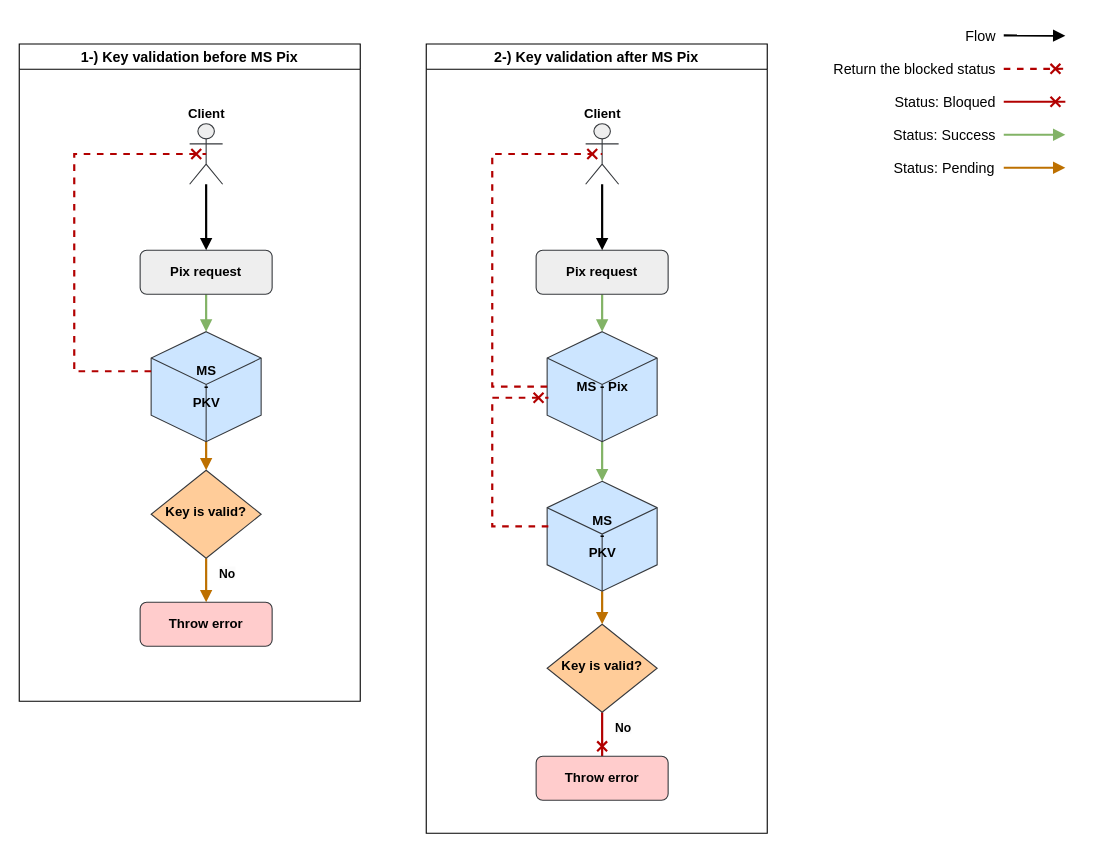
Above: [Integrations][RFC Pix] Erro - Chave inválida.drawio in LerianStudio/midaz-technical-diagrams (draw.io), before the change. Source tidied: cells renumbered, new cells numbered last; positions are measured from the earlier drawing's top-left corner, leaving out a move shared by most shapes. Both pictures are drawn from the tidied source at 110%, with x=0, y=0 at pixel (19, 19).
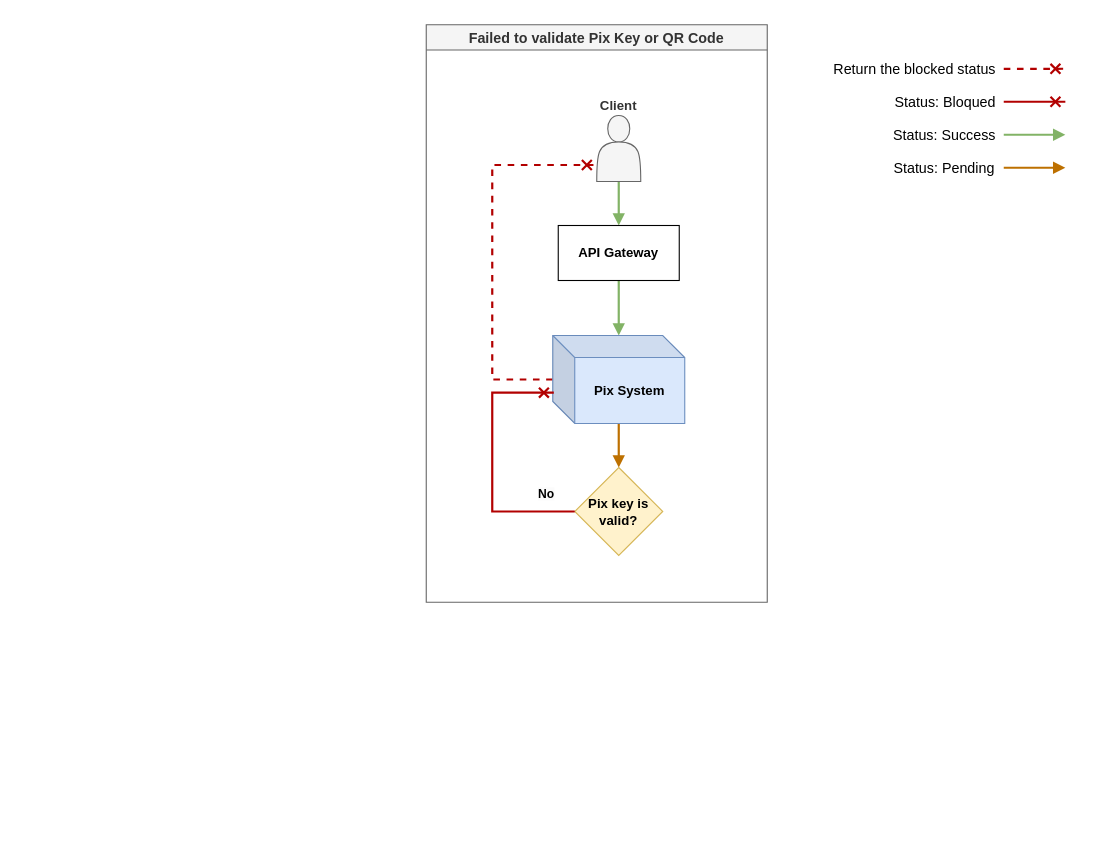
After the change.

Change to the diagram source:
```diff
@@
-    <mxCell id="2" style="endArrow=block;html=1;rounded=0;strokeWidth=2;endFill=1;fontSize=13;align=right;fontStyle=0;" parent="1" edge="1">
-      <mxGeometry relative="1" as="geometry">
-        <mxPoint x="895" y="14.7" as="sourcePoint" />
-        <mxPoint x="951" y="15" as="targetPoint" />
-      </mxGeometry>
-    </mxCell>
@@
-    <mxCell id="4" value="Flow" style="text;html=1;align=right;verticalAlign=middle;whiteSpace=wrap;rounded=0;fontSize=13;fontStyle=0;" parent="1" vertex="1">
-      <mxGeometry x="830" width="60" height="30" as="geometry" />
-    </mxCell>
@@
-    <mxCell id="12" value="&lt;span style=&quot;font-size: 13px;&quot;&gt;1-) Key validation before MS Pix&lt;/span&gt;" style="swimlane;whiteSpace=wrap;html=1;" parent="1" vertex="1">
-      <mxGeometry y="22.5" width="310" height="597.5" as="geometry" />
+    <mxCell id="12" value="&lt;span style=&quot;font-size: 13px;&quot;&gt;Failed to validate Pix Key or QR Code&lt;/span&gt;" style="swimlane;whiteSpace=wrap;html=1;fillColor=#f5f5f5;fontColor=#333333;strokeColor=#666666;" parent="1" vertex="1">
+      <mxGeometry x="370" y="5" width="310" height="525" as="geometry" />
     </mxCell>
-    <mxCell id="13" style="edgeStyle=orthogonalEdgeStyle;rounded=0;jettySize=auto;html=1;fillColor=#d5e8d4;strokeColor=#82b366;strokeWidth=2;endArrow=block;endFill=1;" parent="12" edge="1" source="14" target="18">
-      <mxGeometry relative="1" as="geometry" />
-    </mxCell>
-    <mxCell id="14" value="Pix request" style="rounded=1;whiteSpace=wrap;html=1;fontSize=12;glass=0;strokeWidth=1;shadow=0;fillColor=#eeeeee;strokeColor=#36393d;fontStyle=1;" parent="12" vertex="1">
-      <mxGeometry x="109.9" y="187.5" width="120" height="40" as="geometry" />
-    </mxCell>
-    <mxCell id="15" style="edgeStyle=orthogonalEdgeStyle;rounded=0;jettySize=auto;html=1;fontStyle=1;strokeWidth=2;endArrow=block;endFill=1;" parent="12" edge="1" source="16" target="14">
-      <mxGeometry relative="1" as="geometry" />
-    </mxCell>
-    <mxCell id="16" value="Client" style="shape=umlActor;verticalLabelPosition=top;verticalAlign=bottom;html=1;outlineConnect=0;fillColor=#eeeeee;strokeColor=#36393d;fontStyle=1;horizontal=1;labelPosition=center;align=center;" parent="12" vertex="1">
-      <mxGeometry x="154.9" y="72.5" width="30" height="55" as="geometry" />
-    </mxCell>
-    <mxCell id="17" style="edgeStyle=orthogonalEdgeStyle;rounded=0;jettySize=auto;html=1;fillColor=#f0a30a;strokeColor=#BD7000;strokeWidth=2;endArrow=block;endFill=1;" parent="12" edge="1" source="18" target="20">
-      <mxGeometry relative="1" as="geometry" />
-    </mxCell>
-    <mxCell id="18" value="&lt;span style=&quot;text-wrap-mode: wrap;&quot;&gt;MS - PKV&lt;/span&gt;" style="html=1;shape=mxgraph.basic.isocube;isoAngle=15;fillColor=#cce5ff;strokeColor=#36393d;fontStyle=1;" parent="12" vertex="1">
-      <mxGeometry x="119.9" y="261.5" width="100" height="100" as="geometry" />
-    </mxCell>
-    <mxCell id="19" style="edgeStyle=orthogonalEdgeStyle;rounded=0;jettySize=auto;html=1;fillColor=#f0a30a;strokeColor=#BD7000;strokeWidth=2;endArrow=block;endFill=1;" parent="12" edge="1" source="20" target="21">
-      <mxGeometry relative="1" as="geometry" />
-    </mxCell>
-    <mxCell id="20" value="Key is valid?" style="rhombus;whiteSpace=wrap;html=1;shadow=0;fontFamily=Helvetica;fontSize=12;align=center;strokeWidth=1;spacing=6;spacingTop=-4;fillColor=#ffcc99;strokeColor=#36393d;fontStyle=1;" parent="12" vertex="1">
-      <mxGeometry x="119.9" y="387.5" width="100" height="80" as="geometry" />
-    </mxCell>
-    <mxCell id="21" value="Throw error" style="rounded=1;whiteSpace=wrap;html=1;fontSize=12;glass=0;strokeWidth=1;shadow=0;fillColor=#ffcccc;strokeColor=#36393d;fontStyle=1;" parent="12" vertex="1">
-      <mxGeometry x="109.9" y="507.5" width="120" height="40" as="geometry" />
-    </mxCell>
     <mxCell id="22" value="&lt;span style=&quot;color: rgb(0, 0, 0); font-family: Helvetica; font-size: 11px; font-style: normal; font-variant-ligatures: normal; font-variant-caps: normal; letter-spacing: normal; orphans: 2; text-align: center; text-indent: 0px; text-transform: none; widows: 2; word-spacing: 0px; -webkit-text-stroke-width: 0px; white-space: nowrap; background-color: rgb(251, 251, 251); text-decoration-thickness: initial; text-decoration-style: initial; text-decoration-color: initial; float: none; display: inline !important;&quot;&gt;No&lt;/span&gt;" style="text;whiteSpace=wrap;html=1;fontStyle=1;" parent="12" vertex="1">
-      <mxGeometry x="179.9" y="467.5" width="50" height="40" as="geometry" />
+      <mxGeometry x="100" y="412.5" width="50" height="40" as="geometry" />
     </mxCell>
-    <mxCell id="23" style="edgeStyle=orthogonalEdgeStyle;rounded=0;jettySize=auto;html=1;entryX=0.5;entryY=0.5;entryDx=0;entryDy=0;entryPerimeter=0;fillColor=#e51400;strokeColor=#B20000;strokeWidth=2;endArrow=cross;endFill=0;dashed=1;" parent="12" edge="1" source="18" target="16">
-      <mxGeometry relative="1" as="geometry">
-        <Array as="points">
-          <mxPoint x="50" y="297.5" />
-          <mxPoint x="50" y="100.5" />
-        </Array>
-      </mxGeometry>
-    </mxCell>
-    <mxCell id="24" style="edgeStyle=orthogonalEdgeStyle;rounded=0;jettySize=auto;html=1;fontStyle=1;fillColor=#d5e8d4;strokeColor=#82b366;strokeWidth=2;endArrow=block;endFill=1;" parent="1" edge="1" source="25" target="33">
-      <mxGeometry relative="1" as="geometry" />
-    </mxCell>
-    <mxCell id="25" value="Pix request" style="rounded=1;whiteSpace=wrap;html=1;fontSize=12;glass=0;strokeWidth=1;shadow=0;fillColor=#eeeeee;strokeColor=#36393d;fontStyle=1;" parent="1" vertex="1">
-      <mxGeometry x="469.9" y="210" width="120" height="40" as="geometry" />
-    </mxCell>
-    <mxCell id="26" style="edgeStyle=orthogonalEdgeStyle;rounded=0;jettySize=auto;html=1;fontStyle=1;fillColor=#e51400;strokeColor=#B20000;strokeWidth=2;endArrow=cross;endFill=0;" parent="1" edge="1" source="27" target="28">
-      <mxGeometry relative="1" as="geometry" />
-    </mxCell>
-    <mxCell id="27" value="Key is valid?" style="rhombus;whiteSpace=wrap;html=1;shadow=0;fontFamily=Helvetica;fontSize=12;align=center;strokeWidth=1;spacing=6;spacingTop=-4;fillColor=#ffcc99;strokeColor=#36393d;fontStyle=1;" parent="1" vertex="1">
-      <mxGeometry x="479.9" y="550" width="100" height="80" as="geometry" />
-    </mxCell>
-    <mxCell id="28" value="Throw error" style="rounded=1;whiteSpace=wrap;html=1;fontSize=12;glass=0;strokeWidth=1;shadow=0;fillColor=#ffcccc;strokeColor=#36393d;fontStyle=1;" parent="1" vertex="1">
-      <mxGeometry x="469.9" y="670" width="120" height="40" as="geometry" />
-    </mxCell>
-    <mxCell id="29" style="edgeStyle=orthogonalEdgeStyle;rounded=0;jettySize=auto;html=1;fontStyle=1;strokeWidth=2;endArrow=block;endFill=1;" parent="1" edge="1" source="30" target="25">
-      <mxGeometry relative="1" as="geometry" />
-    </mxCell>
-    <mxCell id="30" value="Client" style="shape=umlActor;verticalLabelPosition=top;verticalAlign=bottom;html=1;outlineConnect=0;fillColor=#eeeeee;strokeColor=#36393d;fontStyle=1;horizontal=1;labelPosition=center;align=center;" parent="1" vertex="1">
-      <mxGeometry x="514.9" y="95" width="30" height="55" as="geometry" />
-    </mxCell>
-    <mxCell id="31" value="&lt;span style=&quot;color: rgb(0, 0, 0); font-family: Helvetica; font-size: 11px; font-style: normal; font-variant-ligatures: normal; font-variant-caps: normal; letter-spacing: normal; orphans: 2; text-align: center; text-indent: 0px; text-transform: none; widows: 2; word-spacing: 0px; -webkit-text-stroke-width: 0px; white-space: nowrap; background-color: rgb(251, 251, 251); text-decoration-thickness: initial; text-decoration-style: initial; text-decoration-color: initial; float: none; display: inline !important;&quot;&gt;No&lt;/span&gt;" style="text;whiteSpace=wrap;html=1;fontStyle=1;" parent="1" vertex="1">
-      <mxGeometry x="539.9" y="630" width="50" height="40" as="geometry" />
-    </mxCell>
-    <mxCell id="32" style="edgeStyle=orthogonalEdgeStyle;rounded=0;jettySize=auto;html=1;fontStyle=1;strokeWidth=2;fillColor=#d5e8d4;strokeColor=#82b366;endArrow=block;endFill=1;" parent="1" edge="1" source="33" target="35">
-      <mxGeometry relative="1" as="geometry" />
-    </mxCell>
-    <mxCell id="33" value="MS - Pix" style="html=1;shape=mxgraph.basic.isocube;isoAngle=15;fillColor=#cce5ff;strokeColor=#36393d;fontStyle=1;" parent="1" vertex="1">
-      <mxGeometry x="479.9" y="284" width="100" height="100" as="geometry" />
-    </mxCell>
-    <mxCell id="34" style="edgeStyle=orthogonalEdgeStyle;rounded=0;jettySize=auto;html=1;fontStyle=1;strokeWidth=2;fillColor=#f0a30a;strokeColor=#BD7000;endArrow=block;endFill=1;" parent="1" edge="1" source="35" target="27">
-      <mxGeometry relative="1" as="geometry" />
-    </mxCell>
-    <mxCell id="35" value="&lt;span style=&quot;text-wrap-mode: wrap;&quot;&gt;MS - PKV&lt;/span&gt;" style="html=1;shape=mxgraph.basic.isocube;isoAngle=15;fillColor=#cce5ff;strokeColor=#36393d;fontStyle=1;" parent="1" vertex="1">
-      <mxGeometry x="479.9" y="420" width="100" height="100" as="geometry" />
-    </mxCell>
-    <mxCell id="36" value="&lt;span style=&quot;font-size: 13px;&quot;&gt;2-) Key validation after MS Pix&lt;/span&gt;" style="swimlane;whiteSpace=wrap;html=1;" parent="1" vertex="1">
-      <mxGeometry x="370" y="22.5" width="310" height="717.5" as="geometry" />
-    </mxCell>
-    <mxCell id="37" style="edgeStyle=orthogonalEdgeStyle;rounded=0;jettySize=auto;html=1;strokeWidth=2;endArrow=cross;endFill=0;fillColor=#e51400;strokeColor=#B20000;entryX=0.012;entryY=0.601;entryDx=0;entryDy=0;entryPerimeter=0;dashed=1;" parent="36" edge="1" target="33">
-      <mxGeometry relative="1" as="geometry">
-        <mxPoint x="111" y="438.5" as="sourcePoint" />
-        <Array as="points">
-          <mxPoint x="60" y="439" />
-          <mxPoint x="60" y="322" />
-        </Array>
-      </mxGeometry>
-    </mxCell>
-    <mxCell id="38" style="edgeStyle=orthogonalEdgeStyle;rounded=0;jettySize=auto;html=1;entryX=0.5;entryY=0.5;entryDx=0;entryDy=0;entryPerimeter=0;fillColor=#e51400;strokeColor=#B20000;strokeWidth=2;endArrow=cross;endFill=0;dashed=1;" parent="1" edge="1" source="33" target="30">
-      <mxGeometry relative="1" as="geometry">
-        <Array as="points">
-          <mxPoint x="430" y="334" />
-          <mxPoint x="430" y="122" />
-        </Array>
-      </mxGeometry>
-    </mxCell>
+    <mxCell id="39" style="edgeStyle=orthogonalEdgeStyle;rounded=0;jettySize=auto;html=1;fillColor=#d5e8d4;strokeColor=#82b366;strokeWidth=2;endArrow=block;endFill=1;" parent="12" edge="1" source="40" target="42">
+      <mxGeometry relative="1" as="geometry" />
+    </mxCell>
+    <mxCell id="40" value="Client" style="shape=actor;whiteSpace=wrap;html=1;verticalAlign=bottom;labelPosition=center;verticalLabelPosition=top;align=center;fillColor=#f5f5f5;fontColor=#333333;strokeColor=#666666;fontStyle=1;" parent="12" vertex="1">
+      <mxGeometry x="155" y="82.5" width="40" height="60" as="geometry" />
+    </mxCell>
+    <mxCell id="41" style="edgeStyle=orthogonalEdgeStyle;rounded=0;jettySize=auto;html=1;fillColor=#d5e8d4;strokeColor=#82b366;strokeWidth=2;endArrow=block;endFill=1;" parent="12" edge="1" source="42" target="45">
+      <mxGeometry relative="1" as="geometry" />
+    </mxCell>
+    <mxCell id="42" value="API Gateway" style="rounded=0;whiteSpace=wrap;html=1;fontStyle=1;" parent="12" vertex="1">
+      <mxGeometry x="120" y="182.5" width="110" height="50" as="geometry" />
+    </mxCell>
+    <mxCell id="43" style="edgeStyle=orthogonalEdgeStyle;rounded=0;jettySize=auto;html=1;fillColor=#f0a30a;strokeColor=#BD7000;strokeWidth=2;endArrow=block;endFill=1;" parent="12" edge="1" source="45" target="46">
+      <mxGeometry relative="1" as="geometry" />
+    </mxCell>
+    <mxCell id="44" style="edgeStyle=orthogonalEdgeStyle;rounded=0;jettySize=auto;html=1;entryX=0;entryY=0.75;entryDx=0;entryDy=0;fillColor=#e51400;strokeColor=#B20000;dashed=1;endArrow=cross;endFill=0;strokeWidth=2;" parent="12" edge="1" source="45" target="40">
+      <mxGeometry relative="1" as="geometry">
+        <Array as="points">
+          <mxPoint x="60" y="322.5" />
+          <mxPoint x="60" y="127.5" />
+        </Array>
+      </mxGeometry>
+    </mxCell>
+    <mxCell id="45" value="Pix System" style="shape=cube;whiteSpace=wrap;html=1;boundedLbl=1;backgroundOutline=1;darkOpacity=0.05;darkOpacity2=0.1;fillColor=#dae8fc;strokeColor=#6c8ebf;fontStyle=1;" parent="12" vertex="1">
+      <mxGeometry x="115" y="282.5" width="120" height="80" as="geometry" />
+    </mxCell>
+    <mxCell id="46" value="Pix key is valid?" style="rhombus;whiteSpace=wrap;html=1;fillColor=#fff2cc;strokeColor=#d6b656;fontStyle=1;" parent="12" vertex="1">
+      <mxGeometry x="135" y="402.5" width="80" height="80" as="geometry" />
+    </mxCell>
+    <mxCell id="47" style="edgeStyle=orthogonalEdgeStyle;rounded=0;jettySize=auto;html=1;entryX=0.008;entryY=0.65;entryDx=0;entryDy=0;entryPerimeter=0;fillColor=#e51400;strokeColor=#B20000;strokeWidth=2;endArrow=cross;endFill=0;" parent="12" edge="1" source="46" target="45">
+      <mxGeometry relative="1" as="geometry">
+        <Array as="points">
+          <mxPoint x="60" y="442.5" />
+          <mxPoint x="60" y="334.5" />
+        </Array>
+      </mxGeometry>
+    </mxCell>
```
